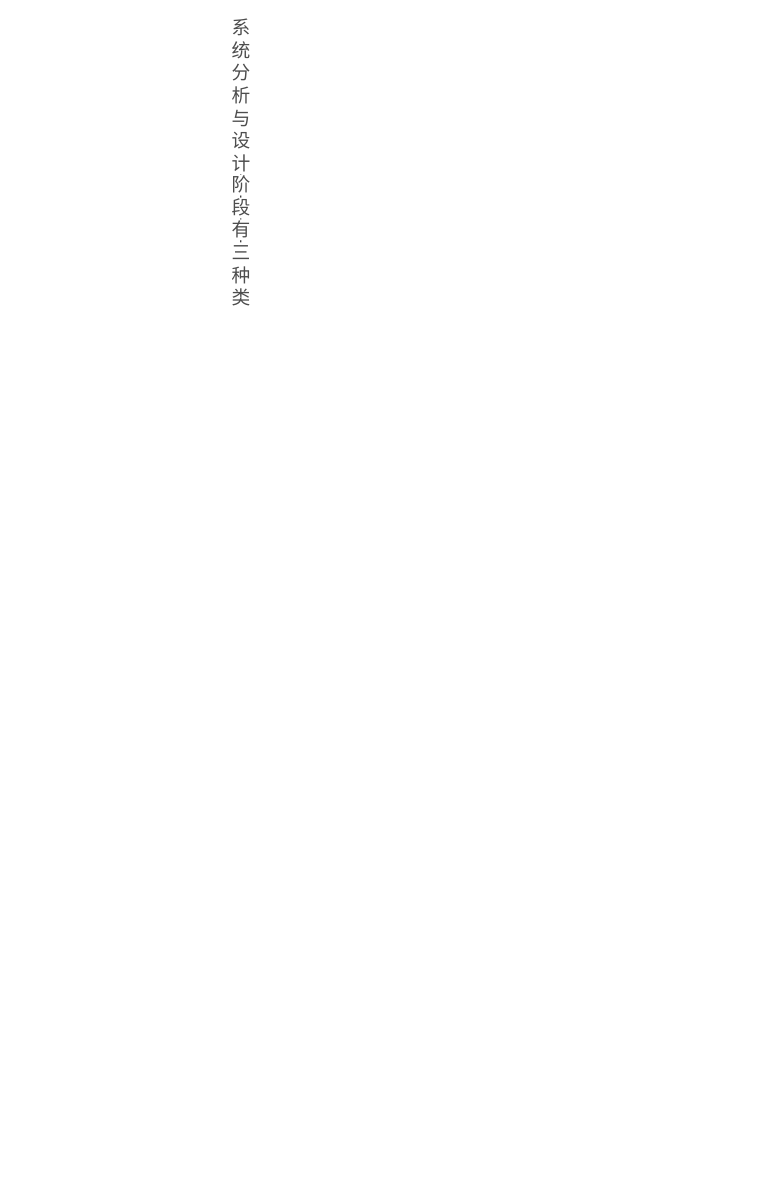
Earlier version of the draw.io diagram page "基本概念" (2 of 2) of DesignPattern/设计模式.drawio (JohnJeep/Learning-CS-Journey). Source tidied: cells renumbered, new cells numbered last; positions are measured from the earlier drawing's top-left corner, leaving out a move shared by most shapes. Both pictures are drawn from the tidied source at 104%, with x=0, y=0 at pixel (110, 153).
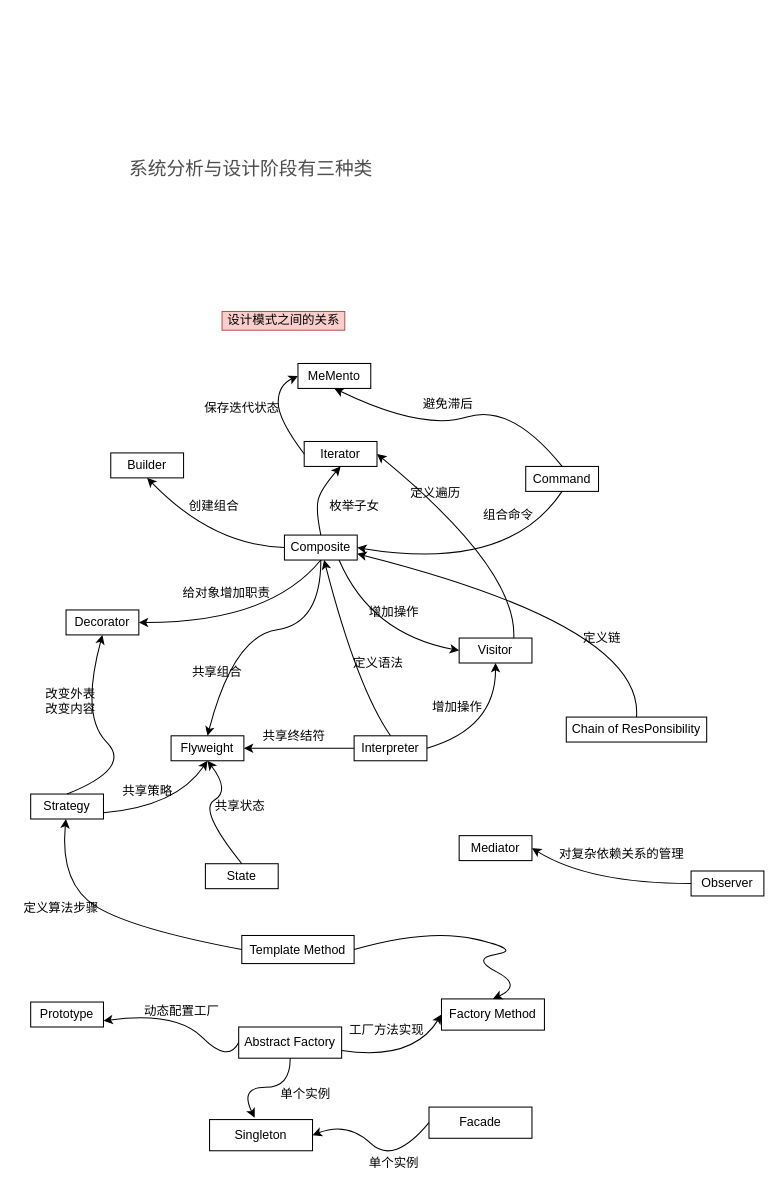
Above is the later version.

Commit message (it also covers changes not shown here):
Modified DesignPattern content

Change to the diagram source:
```diff
@@
-    <mxCell id="2" style="edgeStyle=orthogonalEdgeStyle;rounded=0;jettySize=auto;html=1;" parent="1" edge="1" source="3">
-      <mxGeometry relative="1" as="geometry">
-        <mxPoint x="125" y="100" as="targetPoint" />
-      </mxGeometry>
-    </mxCell>
-    <mxCell id="3" value="&lt;span style=&quot;white-space: normal ; color: rgb(77 , 77 , 77) ; font-family: , &amp;#34;sf ui text&amp;#34; , &amp;#34;arial&amp;#34; , &amp;#34;pingfang sc&amp;#34; , &amp;#34;hiragino sans gb&amp;#34; , &amp;#34;microsoft yahei&amp;#34; , &amp;#34;wenquanyi micro hei&amp;#34; , sans-serif , &amp;#34;simhei&amp;#34; , &amp;#34;simsun&amp;#34; ; font-size: 18px ; background-color: rgb(255 , 255 , 255)&quot;&gt;系统分析与设计阶段有三种类&lt;/span&gt;" style="text;html=1;align=center;verticalAlign=middle;points=[];" parent="1" vertex="1">
-      <mxGeometry width="250" height="20" as="geometry" />
+    <mxCell id="3" value="&lt;span style=&quot;color: rgb(77 , 77 , 77) ; font-size: 18px ; background-color: rgb(255 , 255 , 255)&quot;&gt;系统分析与设计阶段有三种类&lt;/span&gt;" style="text;html=1;strokeColor=none;fillColor=none;align=center;verticalAlign=middle;whiteSpace=wrap;rounded=0;" parent="1" vertex="1">
+      <mxGeometry width="270" height="30" as="geometry" />
     </mxCell>
+    <mxCell id="4" value="设计模式之间的关系" style="text;html=1;align=center;verticalAlign=middle;fillColor=#f8cecc;strokeColor=#b85450;" parent="1" vertex="1">
+      <mxGeometry x="107" y="152" width="118" height="18" as="geometry" />
+    </mxCell>
+    <mxCell id="5" value="Composite" style="rounded=0;whiteSpace=wrap;html=1;" parent="1" vertex="1">
+      <mxGeometry x="167" y="367" width="70" height="24" as="geometry" />
+    </mxCell>
+    <mxCell id="6" value="Builder" style="rounded=0;whiteSpace=wrap;html=1;" parent="1" vertex="1">
+      <mxGeometry y="288" width="70" height="24" as="geometry" />
+    </mxCell>
+    <mxCell id="7" value="MeMento" style="rounded=0;whiteSpace=wrap;html=1;" parent="1" vertex="1">
+      <mxGeometry x="180" y="202" width="70" height="24" as="geometry" />
+    </mxCell>
+    <mxCell id="8" value="Iterator" style="rounded=0;whiteSpace=wrap;html=1;" parent="1" vertex="1">
+      <mxGeometry x="186" y="277" width="70" height="24" as="geometry" />
+    </mxCell>
+    <mxCell id="9" value="Command" style="rounded=0;whiteSpace=wrap;html=1;" parent="1" vertex="1">
+      <mxGeometry x="399" y="301" width="70" height="24" as="geometry" />
+    </mxCell>
+    <mxCell id="10" value="Decorator" style="rounded=0;whiteSpace=wrap;html=1;" parent="1" vertex="1">
+      <mxGeometry x="-43" y="439" width="70" height="24" as="geometry" />
+    </mxCell>
+    <mxCell id="11" value="Strategy" style="rounded=0;whiteSpace=wrap;html=1;" parent="1" vertex="1">
+      <mxGeometry x="-77" y="616" width="70" height="24" as="geometry" />
+    </mxCell>
+    <mxCell id="12" value="Flyweight" style="rounded=0;whiteSpace=wrap;html=1;" parent="1" vertex="1">
+      <mxGeometry x="58" y="560" width="70" height="24" as="geometry" />
+    </mxCell>
+    <mxCell id="13" value="Visitor" style="rounded=0;whiteSpace=wrap;html=1;" parent="1" vertex="1">
+      <mxGeometry x="335" y="466" width="70" height="24" as="geometry" />
+    </mxCell>
+    <mxCell id="14" value="Chain of ResPonsibility" style="rounded=0;whiteSpace=wrap;html=1;" parent="1" vertex="1">
+      <mxGeometry x="438" y="542" width="135" height="24" as="geometry" />
+    </mxCell>
+    <mxCell id="15" value="Mediator" style="rounded=0;whiteSpace=wrap;html=1;" parent="1" vertex="1">
+      <mxGeometry x="335" y="656" width="70" height="24" as="geometry" />
+    </mxCell>
+    <mxCell id="16" value="Observer" style="rounded=0;whiteSpace=wrap;html=1;" parent="1" vertex="1">
+      <mxGeometry x="558" y="690" width="70" height="24" as="geometry" />
+    </mxCell>
+    <mxCell id="17" value="State" style="rounded=0;whiteSpace=wrap;html=1;" parent="1" vertex="1">
+      <mxGeometry x="91" y="683" width="70" height="24" as="geometry" />
+    </mxCell>
+    <mxCell id="18" value="Template Method" style="rounded=0;whiteSpace=wrap;html=1;" parent="1" vertex="1">
+      <mxGeometry x="126" y="752" width="108" height="27" as="geometry" />
+    </mxCell>
+    <mxCell id="19" value="Prototype" style="rounded=0;whiteSpace=wrap;html=1;" parent="1" vertex="1">
+      <mxGeometry x="-77" y="816" width="70" height="24" as="geometry" />
+    </mxCell>
+    <mxCell id="20" value="Abstract Factory" style="rounded=0;whiteSpace=wrap;html=1;" parent="1" vertex="1">
+      <mxGeometry x="123" y="840" width="99" height="30" as="geometry" />
+    </mxCell>
+    <mxCell id="21" value="Factory Method" style="rounded=0;whiteSpace=wrap;html=1;" parent="1" vertex="1">
+      <mxGeometry x="318" y="813" width="99" height="30" as="geometry" />
+    </mxCell>
+    <mxCell id="22" value="Singleton" style="rounded=0;whiteSpace=wrap;html=1;" parent="1" vertex="1">
+      <mxGeometry x="95" y="929" width="99" height="30" as="geometry" />
+    </mxCell>
+    <mxCell id="23" value="Facade" style="rounded=0;whiteSpace=wrap;html=1;" parent="1" vertex="1">
+      <mxGeometry x="306" y="917" width="99" height="30" as="geometry" />
+    </mxCell>
+    <mxCell id="24" style="curved=1;endArrow=classic;html=1;entryX=0.5;entryY=1;entryDx=0;entryDy=0;exitX=0;exitY=0.5;exitDx=0;exitDy=0;" parent="1" edge="1" source="5" target="6">
+      <mxGeometry relative="1" as="geometry">
+        <Array as="points">
+          <mxPoint x="98" y="377" />
+        </Array>
+      </mxGeometry>
+    </mxCell>
+    <mxCell id="25" value="创建组合" style="text;html=1;align=center;verticalAlign=middle;" parent="1" vertex="1">
+      <mxGeometry x="70" y="330" width="58" height="18" as="geometry" />
+    </mxCell>
+    <mxCell id="26" value="枚举子女" style="text;html=1;align=center;verticalAlign=middle;" parent="1" vertex="1">
+      <mxGeometry x="205" y="330" width="58" height="18" as="geometry" />
+    </mxCell>
+    <mxCell id="27" style="curved=1;endArrow=classic;html=1;exitX=0.5;exitY=0;exitDx=0;exitDy=0;entryX=0.5;entryY=1;entryDx=0;entryDy=0;" parent="1" edge="1" source="5" target="8">
+      <mxGeometry relative="1" as="geometry">
+        <Array as="points">
+          <mxPoint x="197" y="343" />
+          <mxPoint x="202" y="323" />
+        </Array>
+      </mxGeometry>
+    </mxCell>
+    <mxCell id="28" value="保存迭代状态" style="text;html=1;align=center;verticalAlign=middle;" parent="1" vertex="1">
+      <mxGeometry x="85" y="236" width="82" height="18" as="geometry" />
+    </mxCell>
+    <mxCell id="29" style="curved=1;endArrow=classic;html=1;exitX=0;exitY=0.5;exitDx=0;exitDy=0;entryX=0;entryY=0.5;entryDx=0;entryDy=0;" parent="1" edge="1" source="8" target="7">
+      <mxGeometry relative="1" as="geometry">
+        <Array as="points">
+          <mxPoint x="161" y="256" />
+          <mxPoint x="161" y="223" />
+        </Array>
+      </mxGeometry>
+    </mxCell>
+    <mxCell id="30" value="避免滞后" style="text;html=1;align=center;verticalAlign=middle;" parent="1" vertex="1">
+      <mxGeometry x="295" y="232" width="58" height="18" as="geometry" />
+    </mxCell>
+    <mxCell id="31" style="curved=1;endArrow=classic;html=1;exitX=0.5;exitY=0;exitDx=0;exitDy=0;entryX=0.5;entryY=1;entryDx=0;entryDy=0;" parent="1" edge="1" source="9" target="7">
+      <mxGeometry relative="1" as="geometry">
+        <Array as="points">
+          <mxPoint x="385" y="240" />
+          <mxPoint x="300" y="267" />
+        </Array>
+      </mxGeometry>
+    </mxCell>
+    <mxCell id="32" style="curved=1;endArrow=classic;html=1;entryX=1;entryY=0.5;entryDx=0;entryDy=0;exitX=0.5;exitY=1;exitDx=0;exitDy=0;" parent="1" edge="1" source="9" target="5">
+      <mxGeometry relative="1" as="geometry">
+        <Array as="points">
+          <mxPoint x="382" y="403" />
+        </Array>
+      </mxGeometry>
+    </mxCell>
+    <mxCell id="33" value="组合命令" style="text;html=1;align=center;verticalAlign=middle;" parent="1" vertex="1">
+      <mxGeometry x="353" y="339" width="58" height="18" as="geometry" />
+    </mxCell>
+    <mxCell id="34" value="给对象增加职责" style="text;html=1;align=center;verticalAlign=middle;" parent="1" vertex="1">
+      <mxGeometry x="64" y="414" width="94" height="18" as="geometry" />
+    </mxCell>
+    <mxCell id="35" style="curved=1;endArrow=classic;html=1;entryX=1;entryY=0.5;entryDx=0;entryDy=0;exitX=0.5;exitY=1;exitDx=0;exitDy=0;" parent="1" edge="1" source="5" target="10">
+      <mxGeometry relative="1" as="geometry">
+        <Array as="points">
+          <mxPoint x="153" y="451" />
+        </Array>
+      </mxGeometry>
+    </mxCell>
+    <mxCell id="36" style="edgeStyle=orthogonalEdgeStyle;rounded=0;jettySize=auto;html=1;exitX=0;exitY=0.5;exitDx=0;exitDy=0;entryX=1;entryY=0.5;entryDx=0;entryDy=0;" parent="1" edge="1" source="37" target="12">
+      <mxGeometry relative="1" as="geometry" />
+    </mxCell>
+    <mxCell id="37" value="Interpreter" style="rounded=0;whiteSpace=wrap;html=1;" parent="1" vertex="1">
+      <mxGeometry x="234" y="560" width="70" height="24" as="geometry" />
+    </mxCell>
+    <mxCell id="38" style="curved=1;endArrow=classic;html=1;entryX=0.5;entryY=0;entryDx=0;entryDy=0;exitX=0.5;exitY=1;exitDx=0;exitDy=0;" parent="1" edge="1" source="5" target="12">
+      <mxGeometry relative="1" as="geometry">
+        <Array as="points">
+          <mxPoint x="202" y="452" />
+          <mxPoint x="118" y="464" />
+        </Array>
+      </mxGeometry>
+    </mxCell>
+    <mxCell id="39" value="共享组合" style="text;html=1;align=center;verticalAlign=middle;" parent="1" vertex="1">
+      <mxGeometry x="73" y="490" width="58" height="18" as="geometry" />
+    </mxCell>
+    <mxCell id="40" style="curved=1;endArrow=classic;html=1;exitX=0.75;exitY=1;exitDx=0;exitDy=0;entryX=0;entryY=0.5;entryDx=0;entryDy=0;" parent="1" edge="1" source="5" target="13">
+      <mxGeometry relative="1" as="geometry">
+        <Array as="points">
+          <mxPoint x="250" y="462" />
+        </Array>
+      </mxGeometry>
+    </mxCell>
+    <mxCell id="41" value="增加操作" style="text;html=1;align=center;verticalAlign=middle;" parent="1" vertex="1">
+      <mxGeometry x="243" y="432" width="58" height="18" as="geometry" />
+    </mxCell>
+    <mxCell id="42" style="curved=1;endArrow=classic;html=1;entryX=1;entryY=0.5;entryDx=0;entryDy=0;exitX=0.75;exitY=0;exitDx=0;exitDy=0;" parent="1" edge="1" source="13" target="8">
+      <mxGeometry relative="1" as="geometry">
+        <Array as="points">
+          <mxPoint x="391" y="400" />
+        </Array>
+      </mxGeometry>
+    </mxCell>
+    <mxCell id="43" value="定义遍历" style="text;html=1;align=center;verticalAlign=middle;" parent="1" vertex="1">
+      <mxGeometry x="283" y="318" width="58" height="18" as="geometry" />
+    </mxCell>
+    <mxCell id="44" style="curved=1;endArrow=classic;html=1;exitX=0.5;exitY=0;exitDx=0;exitDy=0;entryX=1;entryY=0.75;entryDx=0;entryDy=0;" parent="1" edge="1" source="14" target="5">
+      <mxGeometry relative="1" as="geometry">
+        <Array as="points">
+          <mxPoint x="513" y="455" />
+        </Array>
+      </mxGeometry>
+    </mxCell>
+    <mxCell id="45" value="定义链" style="text;html=1;align=center;verticalAlign=middle;" parent="1" vertex="1">
+      <mxGeometry x="449" y="457" width="46" height="18" as="geometry" />
+    </mxCell>
+    <mxCell id="46" style="curved=1;endArrow=classic;html=1;exitX=0.5;exitY=0;exitDx=0;exitDy=0;" parent="1" edge="1" source="37" target="5">
+      <mxGeometry relative="1" as="geometry">
+        <Array as="points">
+          <mxPoint x="237" y="514" />
+        </Array>
+      </mxGeometry>
+    </mxCell>
+    <mxCell id="47" value="定义语法" style="text;html=1;align=center;verticalAlign=middle;" parent="1" vertex="1">
+      <mxGeometry x="228" y="481" width="58" height="18" as="geometry" />
+    </mxCell>
+    <mxCell id="48" style="curved=1;endArrow=classic;html=1;exitX=1;exitY=0.5;exitDx=0;exitDy=0;entryX=0.5;entryY=1;entryDx=0;entryDy=0;" parent="1" edge="1" source="37" target="13">
+      <mxGeometry relative="1" as="geometry">
+        <Array as="points">
+          <mxPoint x="370" y="553" />
+        </Array>
+      </mxGeometry>
+    </mxCell>
+    <mxCell id="49" value="增加操作" style="text;html=1;align=center;verticalAlign=middle;" parent="1" vertex="1">
+      <mxGeometry x="304" y="524" width="58" height="18" as="geometry" />
+    </mxCell>
+    <mxCell id="50" style="curved=1;endArrow=classic;html=1;exitX=0.5;exitY=0;exitDx=0;exitDy=0;entryX=0.5;entryY=1;entryDx=0;entryDy=0;" parent="1" edge="1" source="11" target="10">
+      <mxGeometry relative="1" as="geometry">
+        <Array as="points">
+          <mxPoint x="21" y="591" />
+          <mxPoint x="-29" y="541" />
+        </Array>
+      </mxGeometry>
+    </mxCell>
+    <mxCell id="51" value="改变外表&lt;br&gt;改变内容" style="text;html=1;align=center;verticalAlign=middle;" parent="1" vertex="1">
+      <mxGeometry x="-68" y="511" width="58" height="31" as="geometry" />
+    </mxCell>
+    <mxCell id="52" style="curved=1;endArrow=classic;html=1;exitX=1;exitY=0.75;exitDx=0;exitDy=0;entryX=0.5;entryY=1;entryDx=0;entryDy=0;" parent="1" edge="1" source="11" target="12">
+      <mxGeometry relative="1" as="geometry">
+        <Array as="points">
+          <mxPoint x="63" y="628" />
+        </Array>
+      </mxGeometry>
+    </mxCell>
+    <mxCell id="53" style="curved=1;endArrow=classic;html=1;exitX=0.5;exitY=0;exitDx=0;exitDy=0;entryX=0.5;entryY=1;entryDx=0;entryDy=0;" parent="1" edge="1" source="17" target="12">
+      <mxGeometry relative="1" as="geometry">
+        <Array as="points">
+          <mxPoint x="84" y="631" />
+          <mxPoint x="115" y="613" />
+        </Array>
+      </mxGeometry>
+    </mxCell>
+    <mxCell id="54" value="共享策略" style="text;html=1;align=center;verticalAlign=middle;" parent="1" vertex="1">
+      <mxGeometry x="6" y="604" width="58" height="18" as="geometry" />
+    </mxCell>
+    <mxCell id="55" value="共享状态" style="text;html=1;align=center;verticalAlign=middle;" parent="1" vertex="1">
+      <mxGeometry x="95" y="619" width="58" height="18" as="geometry" />
+    </mxCell>
+    <mxCell id="56" value="共享终结符" style="text;html=1;align=center;verticalAlign=middle;" parent="1" vertex="1">
+      <mxGeometry x="141" y="552" width="70" height="18" as="geometry" />
+    </mxCell>
+    <mxCell id="57" style="curved=1;endArrow=classic;html=1;entryX=1;entryY=0.5;entryDx=0;entryDy=0;exitX=0;exitY=0.5;exitDx=0;exitDy=0;" parent="1" edge="1" source="16" target="15">
+      <mxGeometry relative="1" as="geometry">
+        <Array as="points">
+          <mxPoint x="460" y="702" />
+        </Array>
+      </mxGeometry>
+    </mxCell>
+    <mxCell id="58" value="对复杂依赖关系的管理" style="text;html=1;align=center;verticalAlign=middle;" parent="1" vertex="1">
+      <mxGeometry x="426" y="665" width="130" height="18" as="geometry" />
+    </mxCell>
+    <mxCell id="59" style="edgeStyle=orthogonalEdgeStyle;rounded=0;orthogonalLoop=1;jettySize=auto;html=1;exitX=0.5;exitY=1;exitDx=0;exitDy=0;" parent="1" edge="1" source="15" target="15">
+      <mxGeometry relative="1" as="geometry" />
+    </mxCell>
+    <mxCell id="60" style="curved=1;endArrow=classic;html=1;exitX=0;exitY=0.5;exitDx=0;exitDy=0;" parent="1" edge="1" source="18" target="11">
+      <mxGeometry relative="1" as="geometry">
+        <Array as="points">
+          <mxPoint x="22" y="746" />
+          <mxPoint x="-49" y="703" />
+        </Array>
+      </mxGeometry>
+    </mxCell>
+    <mxCell id="61" value="定义算法步骤" style="text;html=1;align=center;verticalAlign=middle;" parent="1" vertex="1">
+      <mxGeometry x="-89" y="717" width="82" height="18" as="geometry" />
+    </mxCell>
+    <mxCell id="62" style="curved=1;endArrow=classic;html=1;entryX=1;entryY=0.75;entryDx=0;entryDy=0;exitX=0;exitY=0.5;exitDx=0;exitDy=0;" parent="1" edge="1" source="20" target="19">
+      <mxGeometry relative="1" as="geometry">
+        <Array as="points">
+          <mxPoint x="113" y="875" />
+          <mxPoint x="63" y="825" />
+        </Array>
+      </mxGeometry>
+    </mxCell>
+    <mxCell id="63" style="curved=1;endArrow=classic;html=1;entryX=0.438;entryY=-0.06;entryDx=0;entryDy=0;entryPerimeter=0;exitX=0.5;exitY=1;exitDx=0;exitDy=0;" parent="1" edge="1" source="20" target="22">
+      <mxGeometry relative="1" as="geometry">
+        <Array as="points">
+          <mxPoint x="173" y="898" />
+          <mxPoint x="124" y="898" />
+        </Array>
+      </mxGeometry>
+    </mxCell>
+    <mxCell id="64" style="curved=1;endArrow=classic;html=1;entryX=0;entryY=0.5;entryDx=0;entryDy=0;exitX=1;exitY=0.75;exitDx=0;exitDy=0;" parent="1" edge="1" source="20" target="21">
+      <mxGeometry relative="1" as="geometry">
+        <Array as="points">
+          <mxPoint x="290" y="873" />
+        </Array>
+      </mxGeometry>
+    </mxCell>
+    <mxCell id="65" style="curved=1;endArrow=classic;html=1;entryX=1;entryY=0.5;entryDx=0;entryDy=0;exitX=0;exitY=0.5;exitDx=0;exitDy=0;" parent="1" edge="1" source="23" target="22">
+      <mxGeometry relative="1" as="geometry">
+        <Array as="points">
+          <mxPoint x="272" y="973" />
+          <mxPoint x="228" y="931" />
+        </Array>
+      </mxGeometry>
+    </mxCell>
+    <mxCell id="66" style="curved=1;endArrow=classic;html=1;exitX=1;exitY=0.5;exitDx=0;exitDy=0;entryX=0.5;entryY=0;entryDx=0;entryDy=0;" parent="1" edge="1" source="18" target="21">
+      <mxGeometry relative="1" as="geometry">
+        <Array as="points">
+          <mxPoint x="305" y="745" />
+          <mxPoint x="396" y="766" />
+          <mxPoint x="346" y="774" />
+          <mxPoint x="396" y="800" />
+        </Array>
+      </mxGeometry>
+    </mxCell>
+    <mxCell id="67" value="动态配置工厂" style="text;html=1;align=center;verticalAlign=middle;" parent="1" vertex="1">
+      <mxGeometry x="27" y="816" width="82" height="18" as="geometry" />
+    </mxCell>
+    <mxCell id="68" value="工厂方法实现" style="text;html=1;align=center;verticalAlign=middle;" parent="1" vertex="1">
+      <mxGeometry x="224" y="834" width="82" height="18" as="geometry" />
+    </mxCell>
+    <mxCell id="69" value="单个实例" style="text;html=1;align=center;verticalAlign=middle;" parent="1" vertex="1">
+      <mxGeometry x="158" y="896" width="58" height="18" as="geometry" />
+    </mxCell>
+    <mxCell id="70" value="单个实例" style="text;html=1;align=center;verticalAlign=middle;" parent="1" vertex="1">
+      <mxGeometry x="243" y="962" width="58" height="18" as="geometry" />
+    </mxCell>
```
